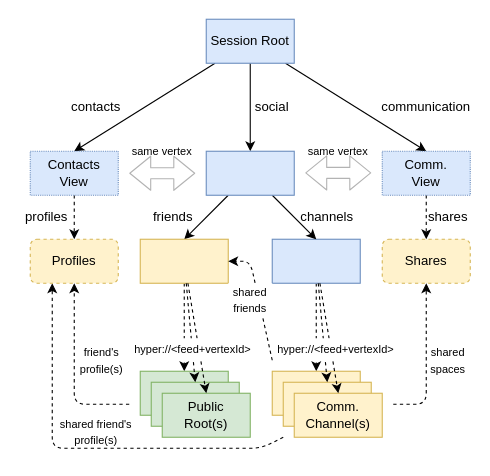
Above: docs/social.drawio in fsteff/certacrypt (draw.io), before the change. Source tidied: cells renumbered, new cells numbered last; positions are measured from the earlier drawing's top-left corner, leaving out a move shared by most shapes. Both pictures are drawn from the tidied source at 110%, with x=0, y=0 at pixel (19, 19).
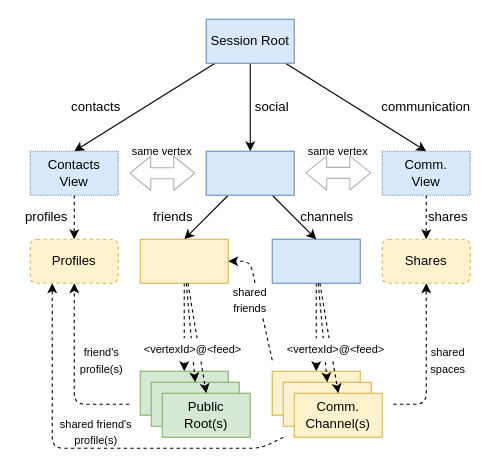
Above is the later version.

Change to the diagram source:
```diff
@@
-    <mxCell id="15" value="&lt;span style=&quot;font-size: 10px&quot;&gt;hyper://&amp;lt;feed+vertexId&amp;gt;&lt;/span&gt;" style="text;html=1;strokeColor=none;align=center;verticalAlign=middle;whiteSpace=wrap;rounded=0;fillColor=#ffffff;" parent="1" vertex="1">
+    <mxCell id="15" value="&lt;span style=&quot;font-size: 10px&quot;&gt;&amp;lt;vertexId&amp;gt;@&amp;lt;feed&amp;gt;&lt;/span&gt;" style="text;html=1;strokeColor=none;align=center;verticalAlign=middle;whiteSpace=wrap;rounded=0;fillColor=#ffffff;" parent="1" vertex="1">
       <mxGeometry x="230" y="290" width="116" height="20" as="geometry" />
     </mxCell>
@@
-    <mxCell id="49" value="&lt;font style=&quot;font-size: 10px&quot;&gt;hyper://&amp;lt;feed+vertexId&amp;gt;&lt;/font&gt;" style="text;html=1;strokeColor=none;align=center;verticalAlign=middle;whiteSpace=wrap;rounded=0;fillColor=#ffffff;" parent="1" vertex="1">
+    <mxCell id="49" value="&lt;span style=&quot;font-size: 10px&quot;&gt;&amp;lt;vertexId&amp;gt;@&amp;lt;feed&amp;gt;&lt;/span&gt;" style="text;html=1;strokeColor=none;align=center;verticalAlign=middle;whiteSpace=wrap;rounded=0;fillColor=#ffffff;" parent="1" vertex="1">
       <mxGeometry x="100" y="290" width="116" height="20" as="geometry" />
     </mxCell>
```
